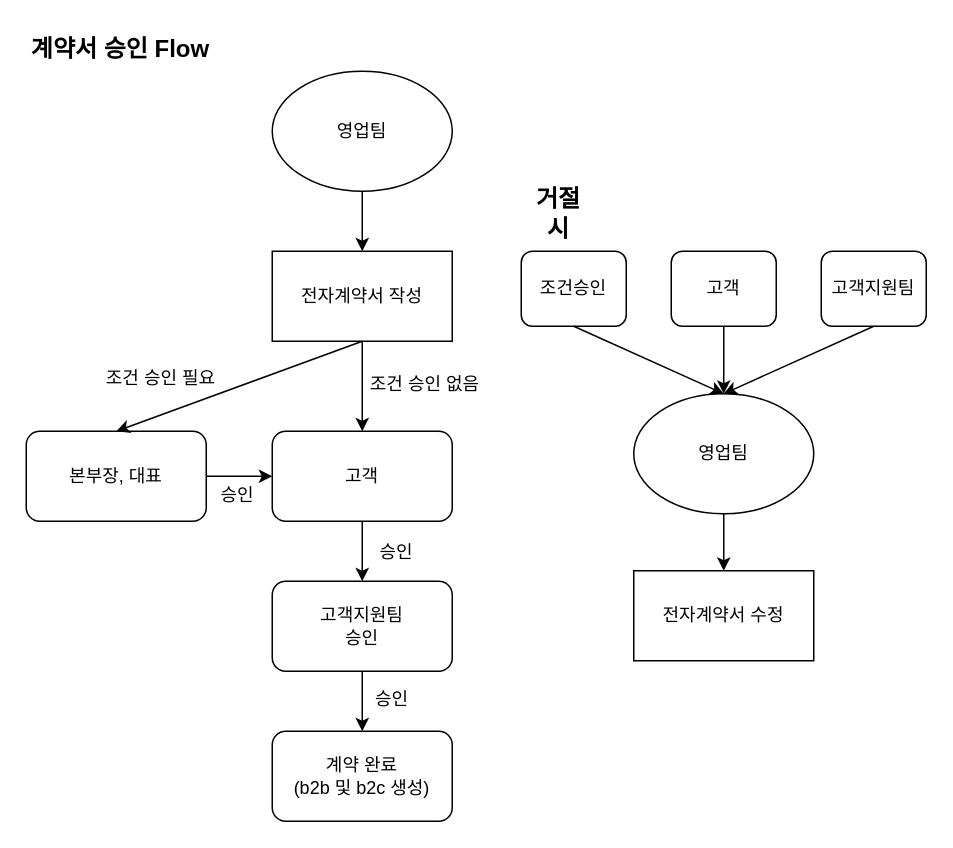
The draw.io diagram 계약 승인 절차.drawio in Kjunsung/starter-kit, before the edit. Source tidied: cells renumbered, new cells numbered last; positions are measured from the earlier drawing's top-left corner, leaving out a move shared by most shapes. Both pictures are drawn from the tidied source at 150%, with x=0, y=0 at pixel (26, 26).
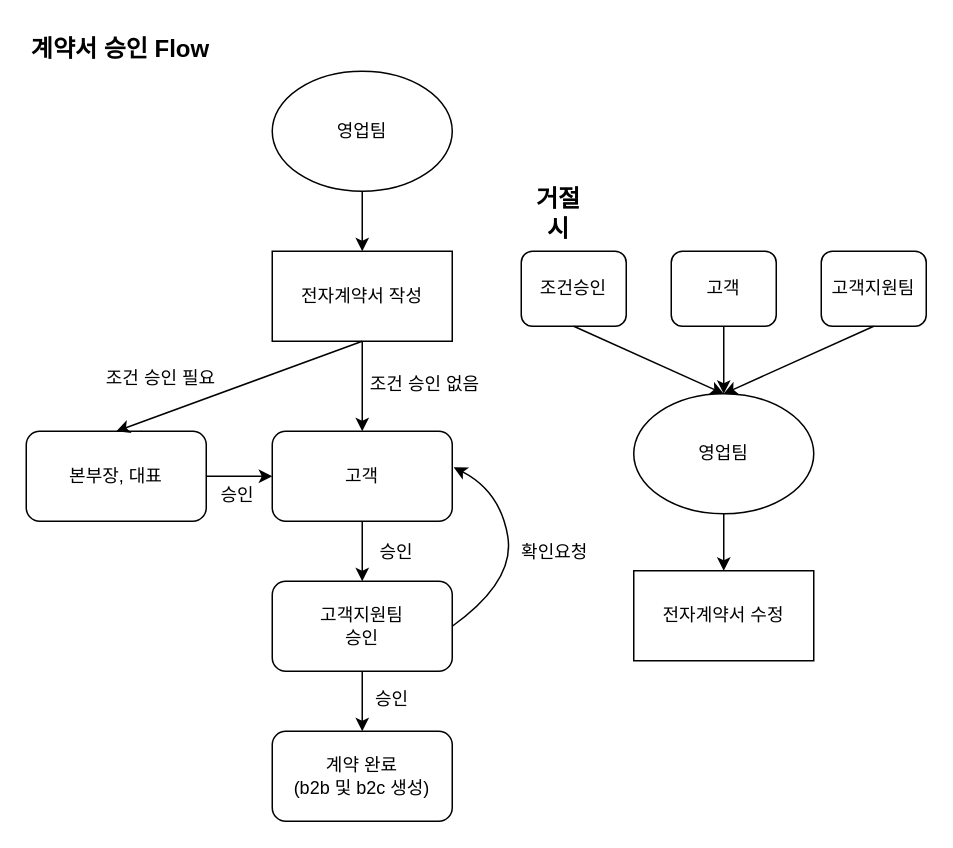
Above is the later version.

Commit message:
Update 계약 승인 절차.drawio

Unchanged cells that the change refers to:
```xml
<mxCell id="6" value="고객" style="rounded=1;whiteSpace=wrap;html=1;" parent="1" vertex="1">
  <mxGeometry x="164" y="270" width="120" height="60" as="geometry" />
</mxCell>
<mxCell id="11" value="고객지원팀&lt;br&gt;승인" style="rounded=1;whiteSpace=wrap;html=1;" parent="1" vertex="1">
  <mxGeometry x="164" y="370" width="120" height="60" as="geometry" />
</mxCell>
```

Diff of the diagram source:
```diff
@@
+    <mxCell id="30" style="curved=1;endArrow=classic;html=1;exitX=1;exitY=0.5;exitDx=0;exitDy=0;entryX=1.008;entryY=0.4;entryDx=0;entryDy=0;entryPerimeter=0;" parent="1" edge="1" source="11" target="6">
+      <mxGeometry relative="1" as="geometry">
+        <Array as="points">
+          <mxPoint x="326" y="370" />
+          <mxPoint x="316" y="310" />
+        </Array>
+      </mxGeometry>
+    </mxCell>
+    <mxCell id="31" value="확인요청" style="text;html=1;strokeColor=none;fillColor=none;align=center;verticalAlign=middle;whiteSpace=wrap;rounded=0;" parent="1" vertex="1">
+      <mxGeometry x="325" y="338" width="55" height="25" as="geometry" />
+    </mxCell>
```
